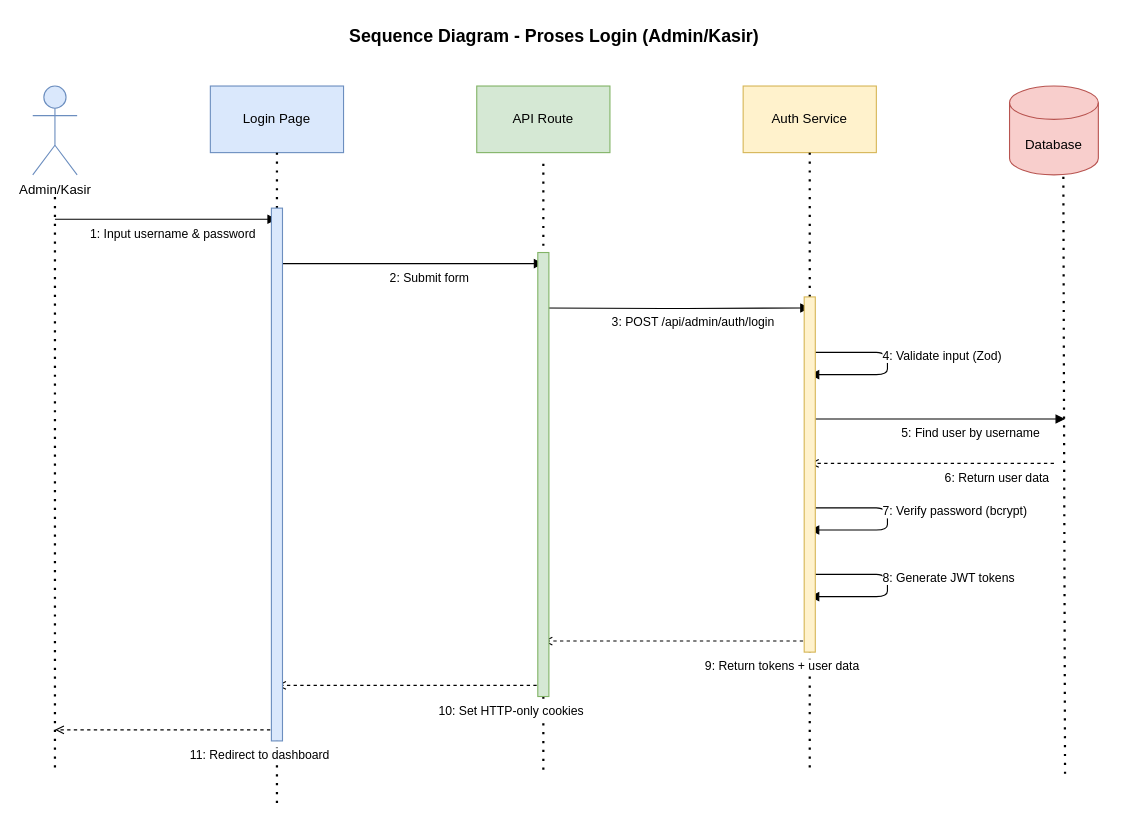
The draw.io diagram fordza-docs/diagrams/sequence-01-login.drawio in Aryo1235/fordza-web, before the edit. Source tidied: cells renumbered, new cells numbered last; positions are measured from the earlier drawing's top-left corner, leaving out a move shared by most shapes. Both pictures are drawn from the tidied source at 111%, with x=0, y=0 at pixel (32, 19).
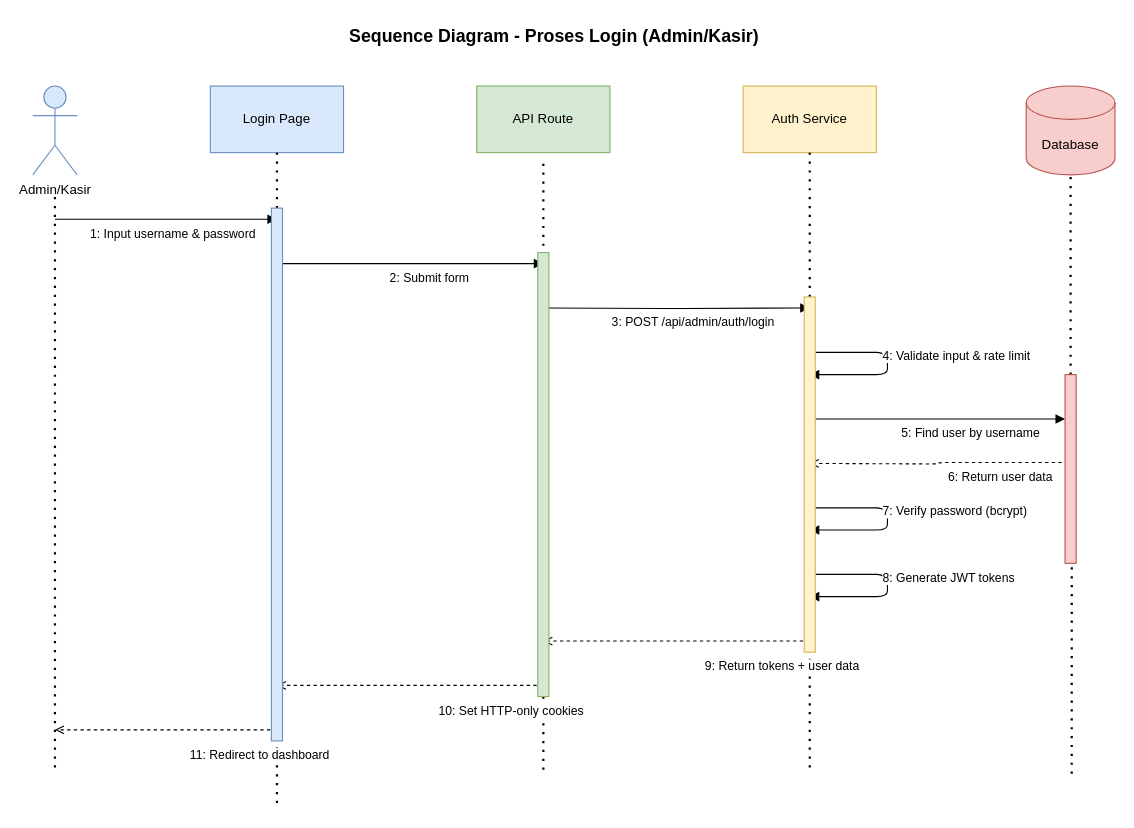
The same page after the edit.

Diff of the diagram source:
```diff
@@
     <mxCell id="7" value="Database" style="shape=cylinder3;whiteSpace=wrap;html=1;boundedLbl=1;backgroundOutline=1;size=15;fillColor=#f8cecc;strokeColor=#b85450;" parent="1" vertex="1">
-      <mxGeometry x="880" y="60" width="80" height="80" as="geometry" />
+      <mxGeometry x="895" y="60" width="80" height="80" as="geometry" />
     </mxCell>
@@
-    <mxCell id="12" style="endArrow=none;dashed=1;html=1;dashPattern=1 3;strokeWidth=2;exitX=0.606;exitY=1.021;exitDx=0;exitDy=0;exitPerimeter=0;" parent="1" edge="1" source="7">
+    <mxCell id="12" style="endArrow=none;dashed=1;html=1;dashPattern=1 3;strokeWidth=2;exitX=0.606;exitY=1.021;exitDx=0;exitDy=0;exitPerimeter=0;" parent="1" edge="1" source="28">
       <mxGeometry relative="1" as="geometry">
-        <mxPoint x="930" y="680" as="targetPoint" />
+        <mxPoint x="936" y="680" as="targetPoint" />
       </mxGeometry>
     </mxCell>
@@
-    <mxCell id="16" value="4: Validate input (Zod)" style="endArrow=block;endFill=1;html=1;edgeStyle=orthogonalEdgeStyle;align=left;verticalAlign=top;" parent="1" edge="1">
+    <mxCell id="16" value="4: Validate input &amp; rate limit" style="endArrow=block;endFill=1;html=1;edgeStyle=orthogonalEdgeStyle;align=left;verticalAlign=top;" parent="1" edge="1">
       <mxGeometry x="-0.2" y="10" relative="1" as="geometry">
         <mxPoint x="700" y="300" as="sourcePoint" />
         <mxPoint x="700" y="320" as="targetPoint" />
         <Array as="points">
           <mxPoint x="770" y="300" />
           <mxPoint x="770" y="320" />
         </Array>
       </mxGeometry>
     </mxCell>
@@
-    <mxCell id="18" value="6: Return user data" style="endArrow=open;endFill=0;html=1;edgeStyle=orthogonalEdgeStyle;align=left;verticalAlign=top;dashed=1;" parent="1" edge="1">
+    <mxCell id="18" value="6: Return user data" style="endArrow=open;endFill=0;html=1;edgeStyle=orthogonalEdgeStyle;align=left;verticalAlign=top;dashed=1;exitX=-0.296;exitY=0.466;exitDx=0;exitDy=0;exitPerimeter=0;" parent="1" edge="1" source="28">
       <mxGeometry x="-0.09" relative="1" as="geometry">
-        <mxPoint x="920" y="400" as="sourcePoint" />
         <mxPoint x="700" y="400" as="targetPoint" />
       </mxGeometry>
     </mxCell>
@@
+    <mxCell id="27" style="endArrow=none;dashed=1;html=1;dashPattern=1 3;strokeWidth=2;" parent="1" edge="1" target="28">
+      <mxGeometry relative="1" as="geometry">
+        <mxPoint x="935" y="142" as="sourcePoint" />
+      </mxGeometry>
+    </mxCell>
+    <mxCell id="28" style="rounded=0;whiteSpace=wrap;html=1;fillColor=#f8cecc;strokeColor=#b85450;" parent="1" vertex="1">
+      <mxGeometry x="930" y="320" width="10" height="170" as="geometry" />
+    </mxCell>
```
